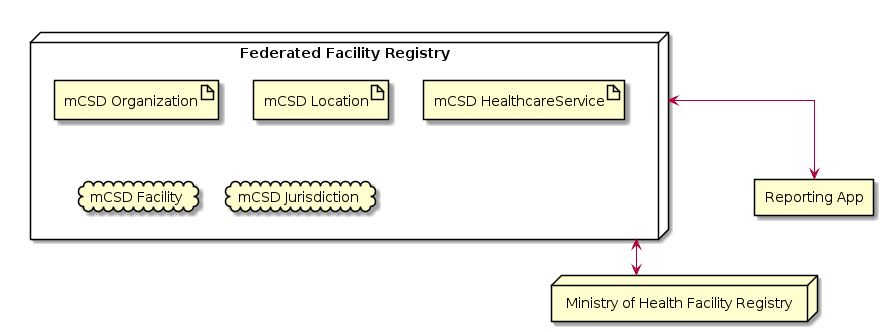
This is media/donor-registry.png from IHE/mCSD-Whitepaper, a PlantUML export, as it was before one commit. Its diagram source:
```plantuml
@startuml donor-registry
skinparam linetype ortho
top to bottom direction

node registry as "Federated Facility Registry" {
  artifact forg as "mCSD Organization"
  artifact floc as "mCSD Location"
  artifact service as "mCSD HealthcareService"
  cloud "mCSD Facility"
  cloud "mCSD Jurisdiction"
}

node moh as "Ministry of Health Facility Registry"

rectangle app as "Reporting App"


registry -[hidden]--> moh
registry -[hidden]-> app

registry <--> moh
registry <--> app

@enduml
```
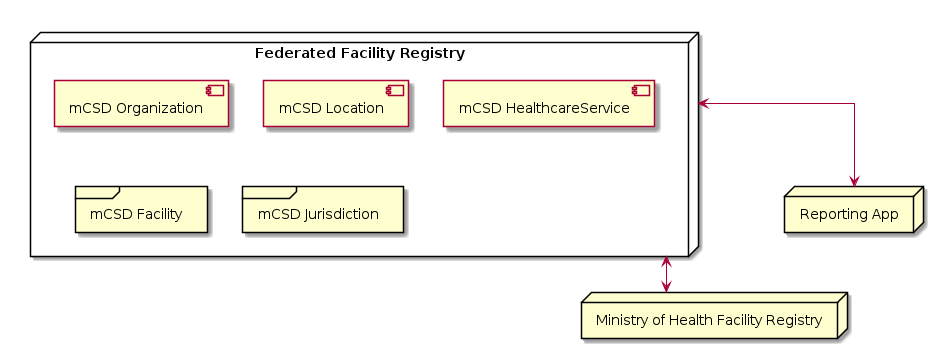
Above is the later version.

Commit message:
Added back in use cases at the top and updated the facility section to reflect this change.  HWR and ILR still need to be updated.  Also updated diagrams for those.

Change to the diagram source:
```diff
@@ -1,18 +1,19 @@
 @startuml donor-registry
+skinparam componentStyle uml2
 skinparam linetype ortho
 top to bottom direction
 
 node registry as "Federated Facility Registry" {
-  artifact forg as "mCSD Organization"
-  artifact floc as "mCSD Location"
-  artifact service as "mCSD HealthcareService"
-  cloud "mCSD Facility"
-  cloud "mCSD Jurisdiction"
+  component forg as "mCSD Organization"
+  component floc as "mCSD Location"
+  component service as "mCSD HealthcareService"
+  frame "mCSD Facility"
+  frame "mCSD Jurisdiction"
 }
 
 node moh as "Ministry of Health Facility Registry"
 
-rectangle app as "Reporting App"
+node app as "Reporting App"
 
 
 registry -[hidden]--> moh
```
